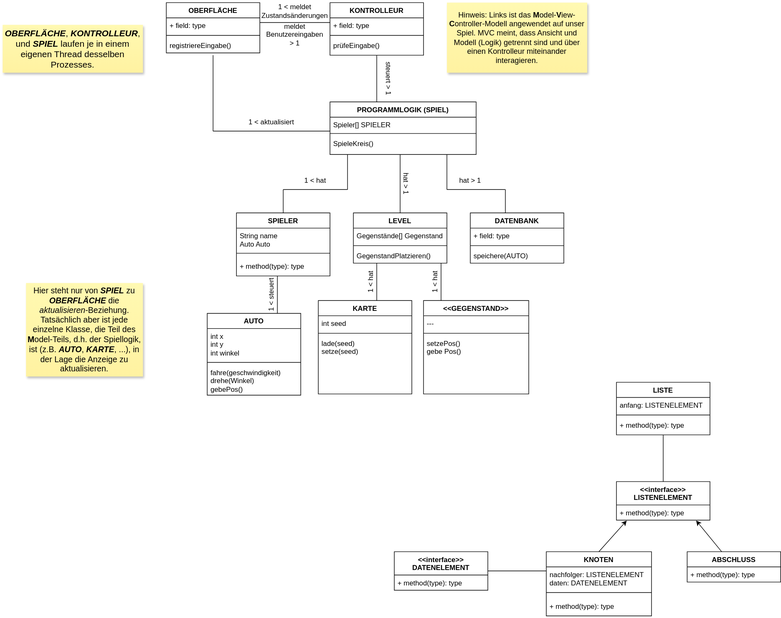
This is docs/klassendiagramm.svg from emaa10/info-q12, a draw.io export, as it was before one commit. Source tidied: cells renumbered, new cells last; positions are measured from the earlier drawing's top-left corner, leaving out a move shared by most shapes.
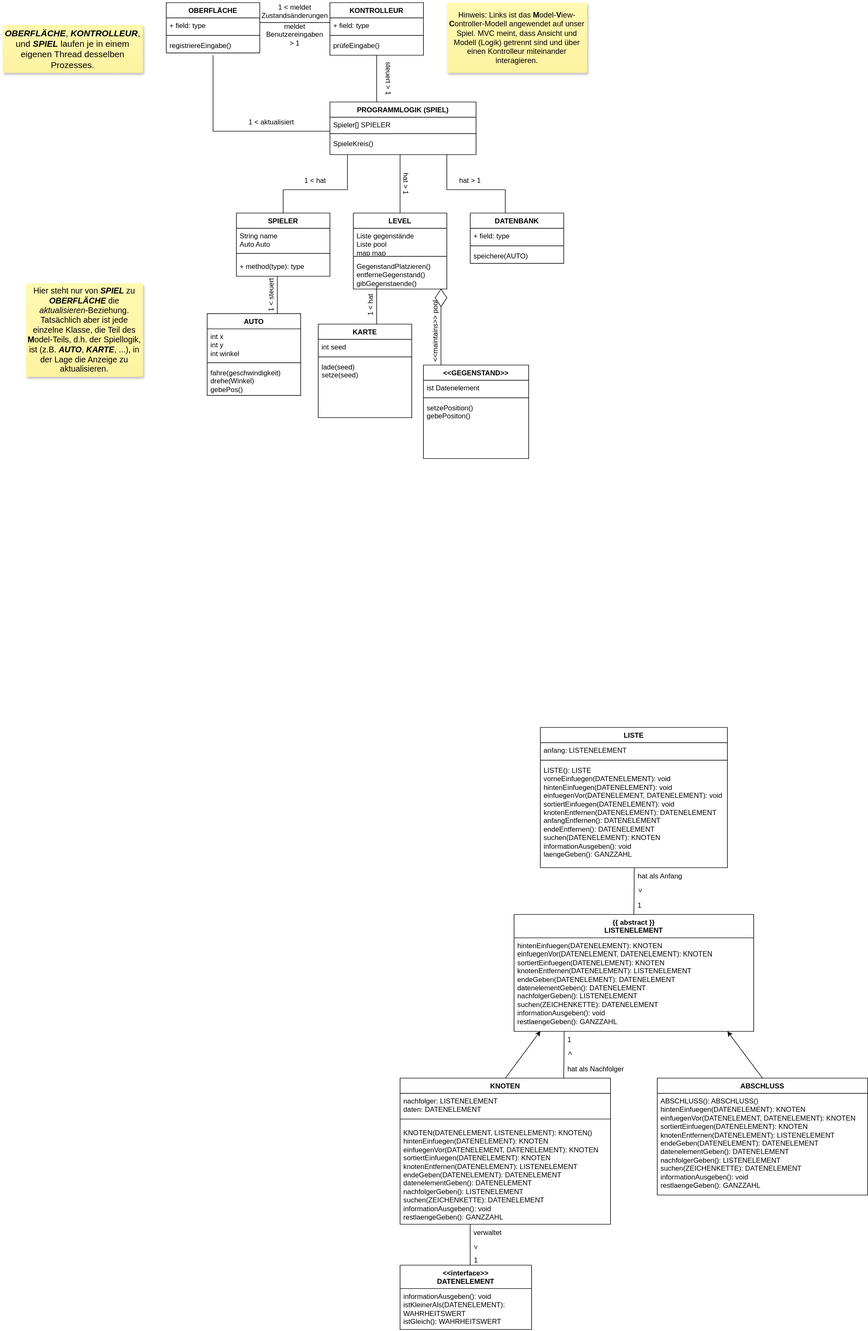
Later version of the same file.

Commit message:
Updatet diagramms

The edit, as a diff of the source:
```diff
@@ -87,16 +87,16 @@
       <mxGeometry y="88" width="160" height="52" as="geometry" />
     </mxCell>
     <mxCell id="30" value="LEVEL" style="swimlane;fontStyle=1;align=center;verticalAlign=top;horizontal=1;startSize=26;whiteSpace=wrap;html=1;" parent="1" vertex="1">
-      <mxGeometry x="600" y="360" width="160" height="86" as="geometry" />
+      <mxGeometry x="600" y="360" width="160" height="130" as="geometry" />
     </mxCell>
-    <mxCell id="31" value="Gegenstände[] Gegenstand" style="text;strokeColor=none;fillColor=none;align=left;verticalAlign=top;spacingLeft=4;spacingRight=4;overflow=hidden;whiteSpace=wrap;html=1;" parent="30" vertex="1">
-      <mxGeometry y="26" width="160" height="26" as="geometry" />
+    <mxCell id="31" value="&lt;div&gt;Liste gegenstände&lt;/div&gt;&lt;div&gt;Liste pool&lt;/div&gt;&lt;div&gt;map map&lt;/div&gt;" style="text;strokeColor=none;fillColor=none;align=left;verticalAlign=top;spacingLeft=4;spacingRight=4;overflow=hidden;whiteSpace=wrap;html=1;" parent="30" vertex="1">
+      <mxGeometry y="26" width="160" height="44" as="geometry" />
     </mxCell>
     <mxCell id="32" style="line;strokeWidth=1;fillColor=none;align=left;verticalAlign=middle;spacingTop=-1;spacingLeft=3;spacingRight=3;labelPosition=right;strokeColor=inherit;" parent="30" vertex="1">
-      <mxGeometry y="52" width="160" height="8" as="geometry" />
+      <mxGeometry y="70" width="160" height="8" as="geometry" />
     </mxCell>
-    <mxCell id="33" value="GegenstandPlatzieren()" style="text;strokeColor=none;fillColor=none;align=left;verticalAlign=top;spacingLeft=4;spacingRight=4;overflow=hidden;whiteSpace=wrap;html=1;" parent="30" vertex="1">
-      <mxGeometry y="60" width="160" height="26" as="geometry" />
+    <mxCell id="33" value="&lt;div&gt;GegenstandPlatzieren()&lt;/div&gt;&lt;div&gt;entferneGegenstand()&lt;/div&gt;&lt;div&gt;gibGegenstaende()&lt;/div&gt;" style="text;strokeColor=none;fillColor=none;align=left;verticalAlign=top;spacingLeft=4;spacingRight=4;overflow=hidden;whiteSpace=wrap;html=1;" parent="30" vertex="1">
+      <mxGeometry y="78" width="160" height="52" as="geometry" />
     </mxCell>
     <mxCell id="34" value="DATENBANK" style="swimlane;fontStyle=1;align=center;verticalAlign=top;horizontal=1;startSize=26;whiteSpace=wrap;html=1;" parent="1" vertex="1">
       <mxGeometry x="800" y="360" width="160" height="86" as="geometry" />
@@ -147,19 +147,19 @@
       <mxGeometry x="760" width="240" height="120" as="geometry" />
     </mxCell>
     <mxCell id="50" value="&amp;lt;&amp;lt;GEGENSTAND&amp;gt;&amp;gt;" style="swimlane;fontStyle=1;align=center;verticalAlign=top;horizontal=1;startSize=26;whiteSpace=wrap;html=1;" parent="1" vertex="1">
-      <mxGeometry x="720" y="510" width="180" height="160" as="geometry" />
+      <mxGeometry x="720" y="620" width="180" height="160" as="geometry" />
     </mxCell>
-    <mxCell id="51" value="---" style="text;strokeColor=none;fillColor=none;align=left;verticalAlign=top;spacingLeft=4;spacingRight=4;overflow=hidden;whiteSpace=wrap;html=1;" parent="50" vertex="1">
+    <mxCell id="51" value="ist Datenelement" style="text;strokeColor=none;fillColor=none;align=left;verticalAlign=top;spacingLeft=4;spacingRight=4;overflow=hidden;whiteSpace=wrap;html=1;" parent="50" vertex="1">
       <mxGeometry y="26" width="180" height="26" as="geometry" />
     </mxCell>
     <mxCell id="52" style="line;strokeWidth=1;fillColor=none;align=left;verticalAlign=middle;spacingTop=-1;spacingLeft=3;spacingRight=3;labelPosition=right;strokeColor=inherit;" parent="50" vertex="1">
       <mxGeometry y="52" width="180" height="8" as="geometry" />
     </mxCell>
-    <mxCell id="53" value="&lt;div&gt;setzePos()&lt;/div&gt;&lt;div&gt;gebe Pos()&lt;/div&gt;" style="text;strokeColor=none;fillColor=none;align=left;verticalAlign=top;spacingLeft=4;spacingRight=4;overflow=hidden;whiteSpace=wrap;html=1;" parent="50" vertex="1">
+    <mxCell id="53" value="&lt;div&gt;setzePosition()&lt;/div&gt;&lt;div&gt;gebePositon()&lt;/div&gt;" style="text;strokeColor=none;fillColor=none;align=left;verticalAlign=top;spacingLeft=4;spacingRight=4;overflow=hidden;whiteSpace=wrap;html=1;" parent="50" vertex="1">
       <mxGeometry y="60" width="180" height="100" as="geometry" />
     </mxCell>
     <mxCell id="54" value="KARTE" style="swimlane;fontStyle=1;align=center;verticalAlign=top;horizontal=1;startSize=26;whiteSpace=wrap;html=1;" parent="1" vertex="1">
-      <mxGeometry x="540" y="510" width="160" height="160" as="geometry" />
+      <mxGeometry x="540" y="550" width="160" height="160" as="geometry" />
     </mxCell>
     <mxCell id="55" value="int seed" style="text;strokeColor=none;fillColor=none;align=left;verticalAlign=top;spacingLeft=4;spacingRight=4;overflow=hidden;whiteSpace=wrap;html=1;" parent="54" vertex="1">
       <mxGeometry y="26" width="160" height="26" as="geometry" />
@@ -171,16 +171,16 @@
       <mxGeometry y="60" width="160" height="100" as="geometry" />
     </mxCell>
     <mxCell id="58" style="line;strokeWidth=1;fillColor=none;align=left;verticalAlign=middle;spacingTop=-1;spacingLeft=3;spacingRight=3;labelPosition=right;strokeColor=inherit;direction=north;" parent="1" vertex="1">
-      <mxGeometry x="630" y="446" width="20" height="64" as="geometry" />
+      <mxGeometry x="630" y="486" width="20" height="64" as="geometry" />
     </mxCell>
     <mxCell id="59" style="line;strokeWidth=1;fillColor=none;align=left;verticalAlign=middle;spacingTop=-1;spacingLeft=3;spacingRight=3;labelPosition=right;strokeColor=inherit;direction=north;" parent="1" vertex="1">
-      <mxGeometry x="740" y="446" width="20" height="64" as="geometry" />
+      <mxGeometry x="740" y="520" width="20" height="100" as="geometry" />
     </mxCell>
     <mxCell id="60" value="1 &amp;lt; hat" style="text;html=1;whiteSpace=wrap;strokeColor=none;fillColor=none;align=center;verticalAlign=middle;rounded=0;rotation=-90;direction=west;" parent="1" vertex="1">
-      <mxGeometry x="600" y="463" width="60" height="30" as="geometry" />
+      <mxGeometry x="600" y="502" width="60" height="30" as="geometry" />
     </mxCell>
-    <mxCell id="61" value="1 &amp;lt; hat" style="text;html=1;whiteSpace=wrap;strokeColor=none;fillColor=none;align=center;verticalAlign=middle;rounded=0;rotation=-90;direction=west;" parent="1" vertex="1">
-      <mxGeometry x="710" y="463" width="60" height="30" as="geometry" />
+    <mxCell id="61" value="&amp;lt;&amp;lt;maintains&amp;gt;&amp;gt; pool" style="text;html=1;whiteSpace=wrap;strokeColor=none;fillColor=none;align=center;verticalAlign=middle;rounded=0;rotation=-90;direction=west;" parent="1" vertex="1">
+      <mxGeometry x="667.5" y="547.5" width="145" height="30" as="geometry" />
     </mxCell>
     <mxCell id="62" value="&lt;b&gt;&lt;i&gt;OBERFLÄCHE&lt;/i&gt;&lt;/b&gt;, &lt;b&gt;&lt;i&gt;KONTROLLEUR&lt;/i&gt;&lt;/b&gt;, und &lt;b&gt;&lt;i&gt;SPIEL&lt;/i&gt;&lt;/b&gt; laufen je in einem eigenen Thread desselben Prozesses." style="shape=note;whiteSpace=wrap;html=1;backgroundOutline=1;autosizeText=1;fontColor=#000000;darkOpacity=0.05;fillColor=#FFF9B2;strokeColor=none;fillStyle=solid;fontSize=15;direction=west;gradientDirection=north;gradientColor=#FFF2A1;shadow=1;size=0;" parent="1" vertex="1">
       <mxGeometry y="38" width="240" height="82" as="geometry" />
@@ -192,62 +192,99 @@
       <mxGeometry x="40" y="480" width="200" height="160" as="geometry" />
     </mxCell>
     <mxCell id="65" value="LISTE" style="swimlane;fontStyle=1;align=center;verticalAlign=top;horizontal=1;startSize=26;whiteSpace=wrap;html=1;" parent="1" vertex="1">
-      <mxGeometry x="1050" y="650" width="160" height="90" as="geometry" />
+      <mxGeometry x="920" y="1240" width="320" height="240" as="geometry" />
     </mxCell>
     <mxCell id="66" value="anfang: LISTENELEMENT" style="text;strokeColor=none;fillColor=none;align=left;verticalAlign=top;spacingLeft=4;spacingRight=4;overflow=hidden;whiteSpace=wrap;html=1;" parent="65" vertex="1">
-      <mxGeometry y="26" width="160" height="26" as="geometry" />
+      <mxGeometry y="26" width="320" height="26" as="geometry" />
     </mxCell>
     <mxCell id="67" style="line;strokeWidth=1;fillColor=none;align=left;verticalAlign=middle;spacingTop=-1;spacingLeft=3;spacingRight=3;labelPosition=right;strokeColor=inherit;" parent="65" vertex="1">
-      <mxGeometry y="52" width="160" height="8" as="geometry" />
+      <mxGeometry y="52" width="320" height="8" as="geometry" />
     </mxCell>
-    <mxCell id="68" value="+ method(type): type" style="text;strokeColor=none;fillColor=none;align=left;verticalAlign=top;spacingLeft=4;spacingRight=4;overflow=hidden;points=[[0,0.5],[1,0.5]];portConstraint=eastwest;whiteSpace=wrap;html=1;" parent="65" vertex="1">
-      <mxGeometry y="60" width="160" height="30" as="geometry" />
+    <mxCell id="68" value="&lt;div&gt;LISTE(): LISTE&lt;/div&gt;&lt;div&gt;vorneEinfuegen(DATENELEMENT): void&lt;/div&gt;&lt;div&gt;hintenEinfuegen(DATENELEMENT): void&lt;/div&gt;&lt;div&gt;einfuegenVor(DATENELEMENT, DATENELEMENT): void&lt;/div&gt;&lt;div&gt;sortiertEinfuegen(DATENELEMENT): void&lt;/div&gt;&lt;div&gt;knotenEntfernen(DATENELEMENT):&amp;nbsp;DATENELEMENT&lt;/div&gt;&lt;div&gt;anfangEntfernen():&amp;nbsp;DATENELEMENT&lt;/div&gt;&lt;div&gt;endeEntfernen():&amp;nbsp;DATENELEMENT&lt;br&gt;suchen(DATENELEMENT): KNOTEN&lt;/div&gt;&lt;div&gt;informationAusgeben(): void&lt;/div&gt;&lt;div&gt;laengeGeben(): GANZZAHL&lt;/div&gt;" style="text;strokeColor=none;fillColor=none;align=left;verticalAlign=top;spacingLeft=4;spacingRight=4;overflow=hidden;points=[[0,0.5],[1,0.5]];portConstraint=eastwest;whiteSpace=wrap;html=1;" parent="65" vertex="1">
+      <mxGeometry y="60" width="320" height="180" as="geometry" />
     </mxCell>
-    <mxCell id="69" value="&amp;lt;&amp;lt;interface&amp;gt;&amp;gt;&lt;br&gt;LISTENELEMENT" style="swimlane;fontStyle=1;align=center;verticalAlign=top;horizontal=1;startSize=40;whiteSpace=wrap;html=1;" parent="1" vertex="1">
-      <mxGeometry x="1050" y="820" width="160" height="66" as="geometry" />
+    <mxCell id="69" value="{{ abstract }}&lt;br&gt;LISTENELEMENT" style="swimlane;fontStyle=1;align=center;verticalAlign=top;horizontal=1;startSize=40;whiteSpace=wrap;html=1;" parent="1" vertex="1">
+      <mxGeometry x="875" y="1560" width="410" height="200" as="geometry" />
     </mxCell>
-    <mxCell id="70" value="+ method(type): type" style="text;strokeColor=none;fillColor=none;align=left;verticalAlign=top;spacingLeft=4;spacingRight=4;overflow=hidden;points=[[0,0.5],[1,0.5]];portConstraint=eastwest;whiteSpace=wrap;html=1;" parent="69" vertex="1">
-      <mxGeometry y="40" width="160" height="26" as="geometry" />
+    <mxCell id="70" value="hintenEinfuegen(DATENELEMENT): KNOTEN&lt;br&gt;einfuegenVor(DATENELEMENT, DATENELEMENT): KNOTEN&lt;br&gt;sortiertEinfuegen(DATENELEMENT): KNOTEN&lt;br&gt;knotenEntfernen(DATENELEMENT): LISTENELEMENT&lt;br&gt;endeGeben(DATENELEMENT): DATENELEMENT&lt;br&gt;datenelementGeben(): DATENELEMENT&lt;br&gt;nachfolgerGeben(): LISTENELEMENT&lt;br&gt;suchen(ZEICHENKETTE): DATENELEMENT&lt;br&gt;informationAusgeben(): void&lt;br&gt;restlaengeGeben(): GANZZAHL" style="text;strokeColor=none;fillColor=none;align=left;verticalAlign=top;spacingLeft=4;spacingRight=4;overflow=hidden;points=[[0,0.5],[1,0.5]];portConstraint=eastwest;whiteSpace=wrap;html=1;" parent="69" vertex="1">
+      <mxGeometry y="40" width="410" height="160" as="geometry" />
     </mxCell>
     <mxCell id="71" value="KNOTEN" style="swimlane;fontStyle=1;align=center;verticalAlign=top;horizontal=1;startSize=26;whiteSpace=wrap;html=1;" parent="1" vertex="1">
-      <mxGeometry x="930" y="940" width="180" height="110" as="geometry" />
+      <mxGeometry x="680" y="1840" width="360" height="250" as="geometry" />
     </mxCell>
     <mxCell id="72" value="&lt;div&gt;nachfolger: LISTENELEMENT&lt;/div&gt;&lt;div&gt;daten: DATENELEMENT&lt;/div&gt;" style="text;strokeColor=none;fillColor=none;align=left;verticalAlign=top;spacingLeft=4;spacingRight=4;overflow=hidden;whiteSpace=wrap;html=1;" parent="71" vertex="1">
-      <mxGeometry y="26" width="180" height="34" as="geometry" />
+      <mxGeometry y="26" width="360" height="34" as="geometry" />
     </mxCell>
     <mxCell id="73" style="line;strokeWidth=1;fillColor=none;align=left;verticalAlign=middle;spacingTop=-1;spacingLeft=3;spacingRight=3;labelPosition=right;strokeColor=inherit;" parent="71" vertex="1">
-      <mxGeometry y="60" width="180" height="20" as="geometry" />
+      <mxGeometry y="60" width="360" height="20" as="geometry" />
     </mxCell>
-    <mxCell id="74" value="+ method(type): type" style="text;strokeColor=none;fillColor=none;align=left;verticalAlign=top;spacingLeft=4;spacingRight=4;overflow=hidden;points=[[0,0.5],[1,0.5]];portConstraint=eastwest;whiteSpace=wrap;html=1;" parent="71" vertex="1">
-      <mxGeometry y="80" width="180" height="30" as="geometry" />
+    <mxCell id="74" value="KNOTEN(DATENELEMENT, LISTENELEMENT): KNOTEN()&lt;br&gt;hintenEinfuegen(DATENELEMENT): KNOTEN&lt;br&gt;einfuegenVor(DATENELEMENT, DATENELEMENT): KNOTEN&lt;br&gt;sortiertEinfuegen(DATENELEMENT): KNOTEN&lt;br&gt;knotenEntfernen(DATENELEMENT): LISTENELEMENT&lt;br&gt;endeGeben(DATENELEMENT): DATENELEMENT&lt;br&gt;datenelementGeben(): DATENELEMENT&lt;br&gt;nachfolgerGeben(): LISTENELEMENT&lt;br&gt;suchen(ZEICHENKETTE): DATENELEMENT&lt;br&gt;informationAusgeben(): void&lt;br&gt;restlaengeGeben(): GANZZAHL" style="text;strokeColor=none;fillColor=none;align=left;verticalAlign=top;spacingLeft=4;spacingRight=4;overflow=hidden;points=[[0,0.5],[1,0.5]];portConstraint=eastwest;whiteSpace=wrap;html=1;" parent="71" vertex="1">
+      <mxGeometry y="80" width="360" height="170" as="geometry" />
     </mxCell>
     <mxCell id="75" value="ABSCHLUSS" style="swimlane;fontStyle=1;align=center;verticalAlign=top;horizontal=1;startSize=26;whiteSpace=wrap;html=1;" parent="1" vertex="1">
-      <mxGeometry x="1171" y="940" width="160" height="52" as="geometry" />
+      <mxGeometry x="1120" y="1840" width="360" height="200" as="geometry" />
     </mxCell>
-    <mxCell id="76" value="+ method(type): type" style="text;strokeColor=none;fillColor=none;align=left;verticalAlign=top;spacingLeft=4;spacingRight=4;overflow=hidden;whiteSpace=wrap;html=1;" parent="75" vertex="1">
-      <mxGeometry y="26" width="160" height="26" as="geometry" />
+    <mxCell id="76" value="ABSCHLUSS(): ABSCHLUSS()&lt;br&gt;hintenEinfuegen(DATENELEMENT): KNOTEN&lt;br&gt;einfuegenVor(DATENELEMENT, DATENELEMENT): KNOTEN&lt;br&gt;sortiertEinfuegen(DATENELEMENT): KNOTEN&lt;br&gt;knotenEntfernen(DATENELEMENT): LISTENELEMENT&lt;br&gt;endeGeben(DATENELEMENT): DATENELEMENT&lt;br&gt;datenelementGeben(): DATENELEMENT&lt;br&gt;nachfolgerGeben(): LISTENELEMENT&lt;br&gt;suchen(ZEICHENKETTE): DATENELEMENT&lt;br&gt;informationAusgeben(): void&lt;br&gt;restlaengeGeben(): GANZZAHL" style="text;strokeColor=none;fillColor=none;align=left;verticalAlign=top;spacingLeft=4;spacingRight=4;overflow=hidden;whiteSpace=wrap;html=1;" parent="75" vertex="1">
+      <mxGeometry y="26" width="360" height="174" as="geometry" />
     </mxCell>
     <mxCell id="77" value="&amp;lt;&amp;lt;interface&amp;gt;&amp;gt;&lt;br&gt;DATENELEMENT" style="swimlane;fontStyle=1;align=center;verticalAlign=top;horizontal=1;startSize=40;whiteSpace=wrap;html=1;" parent="1" vertex="1">
-      <mxGeometry x="670" y="940" width="160" height="66" as="geometry" />
+      <mxGeometry x="680" y="2160" width="225" height="110" as="geometry" />
     </mxCell>
-    <mxCell id="78" value="+ method(type): type" style="text;strokeColor=none;fillColor=none;align=left;verticalAlign=top;spacingLeft=4;spacingRight=4;overflow=hidden;whiteSpace=wrap;html=1;" parent="77" vertex="1">
-      <mxGeometry y="40" width="160" height="26" as="geometry" />
+    <mxCell id="78" value="informationAusgeben(): void&lt;br&gt;istKleinerAls(DATENELEMENT): WAHRHEITSWERT&lt;br&gt;istGleich(): WAHRHEITSWERT" style="text;strokeColor=none;fillColor=none;align=left;verticalAlign=top;spacingLeft=4;spacingRight=4;overflow=hidden;whiteSpace=wrap;html=1;" parent="77" vertex="1">
+      <mxGeometry y="40" width="225" height="70" as="geometry" />
     </mxCell>
-    <mxCell id="79" style="line;strokeWidth=1;fillColor=none;align=left;verticalAlign=middle;spacingTop=-1;spacingLeft=3;spacingRight=3;labelPosition=right;strokeColor=inherit;direction=south;" parent="1" vertex="1">
-      <mxGeometry x="1125" y="740" width="10" height="80" as="geometry" />
-    </mxCell>
-    <mxCell id="80" style="endArrow=classic;html=1;rounded=0;entryX=0.11;entryY=1.026;entryDx=0;entryDy=0;entryPerimeter=0;" parent="1" edge="1" target="70">
-      <mxGeometry relative="1" as="geometry">
-        <mxPoint x="1020" y="940" as="sourcePoint" />
-      </mxGeometry>
-    </mxCell>
-    <mxCell id="81" style="endArrow=classic;html=1;rounded=0;entryX=0.852;entryY=1.026;entryDx=0;entryDy=0;entryPerimeter=0;" parent="1" edge="1" target="70">
-      <mxGeometry relative="1" as="geometry">
-        <mxPoint x="1230" y="940" as="sourcePoint" />
-      </mxGeometry>
-    </mxCell>
-    <mxCell id="82" style="line;strokeWidth=1;fillColor=none;align=left;verticalAlign=middle;spacingTop=-1;spacingLeft=3;spacingRight=3;labelPosition=right;strokeColor=inherit;direction=west;" parent="1" vertex="1">
-      <mxGeometry x="830" y="968" width="100" height="10" as="geometry" />
-    </mxCell>
+    <mxCell id="83" style="endArrow=none;html=1;rounded=0;entryX=0.502;entryY=1.001;entryDx=0;entryDy=0;entryPerimeter=0;exitX=0.5;exitY=0;exitDx=0;exitDy=0;" parent="1" edge="1" source="69" target="68">
+      <mxGeometry relative="1" as="geometry" />
+    </mxCell>
+    <mxCell id="84" value="hat als Anfang" style="text;html=1;whiteSpace=wrap;strokeColor=none;fillColor=none;align=center;verticalAlign=middle;rounded=0;" parent="1" vertex="1">
+      <mxGeometry x="1080" y="1480" width="90" height="30" as="geometry" />
+    </mxCell>
+    <mxCell id="85" value="1" style="text;html=1;whiteSpace=wrap;strokeColor=none;fillColor=none;align=center;verticalAlign=middle;rounded=0;" parent="1" vertex="1">
+      <mxGeometry x="1080" y="1530" width="20" height="30" as="geometry" />
+    </mxCell>
+    <mxCell id="86" value="&amp;gt;" style="text;html=1;whiteSpace=wrap;strokeColor=none;fillColor=none;align=center;verticalAlign=middle;rounded=0;direction=west;rotation=90;" parent="1" vertex="1">
+      <mxGeometry x="1082.8" y="1507.2" width="17.5" height="23.1" as="geometry" />
+    </mxCell>
+    <mxCell id="87" style="endArrow=classic;html=1;rounded=0;entryX=0.11;entryY=0.996;entryDx=0;entryDy=0;entryPerimeter=0;" parent="1" edge="1" target="70">
+      <mxGeometry relative="1" as="geometry">
+        <mxPoint x="860" y="1840" as="sourcePoint" />
+      </mxGeometry>
+    </mxCell>
+    <mxCell id="88" style="endArrow=classic;html=1;rounded=0;exitX=0.5;exitY=0;exitDx=0;exitDy=0;" parent="1" edge="1" source="75">
+      <mxGeometry relative="1" as="geometry">
+        <mxPoint x="1240" y="1760" as="targetPoint" />
+      </mxGeometry>
+    </mxCell>
+    <mxCell id="89" style="endArrow=none;html=1;rounded=0;exitX=0.886;exitY=-0.005;exitDx=0;exitDy=0;exitPerimeter=0;entryX=0.209;entryY=0.999;entryDx=0;entryDy=0;entryPerimeter=0;" parent="1" edge="1" target="70">
+      <mxGeometry relative="1" as="geometry">
+        <mxPoint x="960" y="1840" as="sourcePoint" />
+      </mxGeometry>
+    </mxCell>
+    <mxCell id="90" value="hat als Nachfolger" style="text;html=1;whiteSpace=wrap;strokeColor=none;fillColor=none;align=center;verticalAlign=middle;rounded=0;direction=east;" parent="1" vertex="1">
+      <mxGeometry x="960" y="1810" width="110" height="30" as="geometry" />
+    </mxCell>
+    <mxCell id="91" value="1" style="text;html=1;whiteSpace=wrap;strokeColor=none;fillColor=none;align=center;verticalAlign=middle;rounded=0;direction=east;" parent="1" vertex="1">
+      <mxGeometry x="960" y="1760" width="20" height="30" as="geometry" />
+    </mxCell>
+    <mxCell id="92" value="&amp;gt;" style="text;html=1;whiteSpace=wrap;strokeColor=none;fillColor=none;align=center;verticalAlign=middle;rounded=0;direction=west;rotation=-90;" parent="1" vertex="1">
+      <mxGeometry x="962.5" y="1787.2" width="17.5" height="23.1" as="geometry" />
+    </mxCell>
+    <mxCell id="93" style="endArrow=none;html=1;rounded=0;entryX=0.333;entryY=1.003;entryDx=0;entryDy=0;entryPerimeter=0;" parent="1" edge="1" target="74">
+      <mxGeometry relative="1" as="geometry">
+        <mxPoint x="800" y="2160" as="sourcePoint" />
+      </mxGeometry>
+    </mxCell>
+    <mxCell id="94" value="verwaltet" style="text;html=1;whiteSpace=wrap;strokeColor=none;fillColor=none;align=center;verticalAlign=middle;rounded=0;" parent="1" vertex="1">
+      <mxGeometry x="800" y="2090" width="60" height="30" as="geometry" />
+    </mxCell>
+    <mxCell id="95" value="1" style="text;html=1;whiteSpace=wrap;strokeColor=none;fillColor=none;align=center;verticalAlign=middle;rounded=0;" parent="1" vertex="1">
+      <mxGeometry x="800" y="2143.1" width="20" height="16.9" as="geometry" />
+    </mxCell>
+    <mxCell id="96" value="&amp;gt;" style="text;html=1;whiteSpace=wrap;strokeColor=none;fillColor=none;align=center;verticalAlign=middle;rounded=0;direction=west;rotation=90;" parent="1" vertex="1">
+      <mxGeometry x="797.5" y="2117.5" width="25" height="23.1" as="geometry" />
+    </mxCell>
+    <mxCell id="97" style="rhombus;whiteSpace=wrap;html=1;" parent="1" vertex="1">
+      <mxGeometry x="740" y="490" width="20" height="30" as="geometry" />
+    </mxCell>
   </root>
 </mxGraphModel>
```
